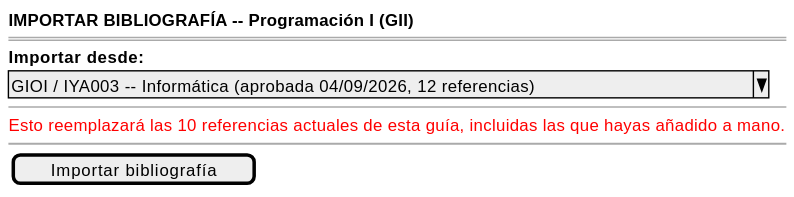
Above: images/RUP/01-requisitos/03-detalle-casos-uso/importarBibliografiaDeGuiaHermana/wireframe.svg in mmasias/pyCeldaPublico (PlantUML), before the change.
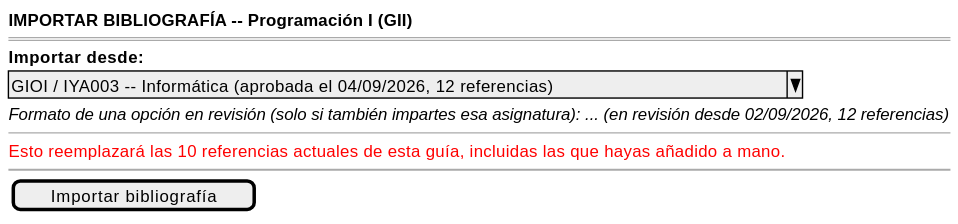
After the commit.

Change to the diagram source:
```diff
@@ -3,7 +3,8 @@
     <b>IMPORTAR BIBLIOGRAFÍA -- Programación I (GII)</b>
     ====
     <b>Importar desde:</b>
-    ^GIOI / IYA003 -- Informática (aprobada 04/09/2026, 12 referencias)^
+    ^GIOI / IYA003 -- Informática (aprobada el 04/09/2026, 12 referencias)^
+    <i>Formato de una opción en revisión (solo si también impartes esa asignatura): ... (en revisión desde 02/09/2026, 12 referencias)</i>
     --
     <color:red>Esto reemplazará las 10 referencias actuales de esta guía, incluidas las que hayas añadido a mano.</color>
     ~~
```
